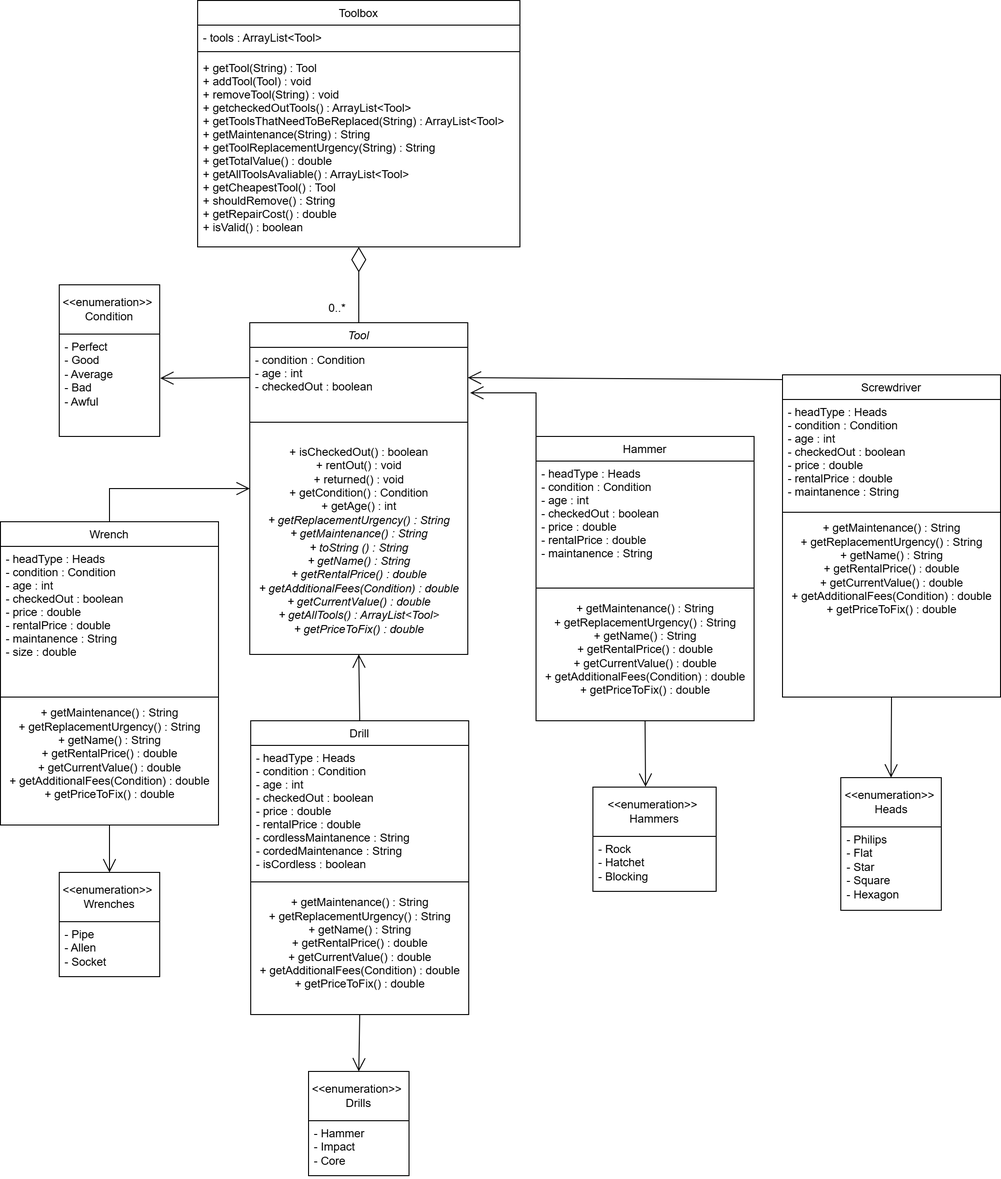
SACHSTech/2-14-oop-design-project-Preston-Wong keeps this draw.io diagram as src/Assignment/2-14-oop-design.drawio.png. Above is the earlier version. Source tidied: cells renumbered, new cells last; positions are measured from the earlier drawing's top-left corner, leaving out a move shared by most shapes.
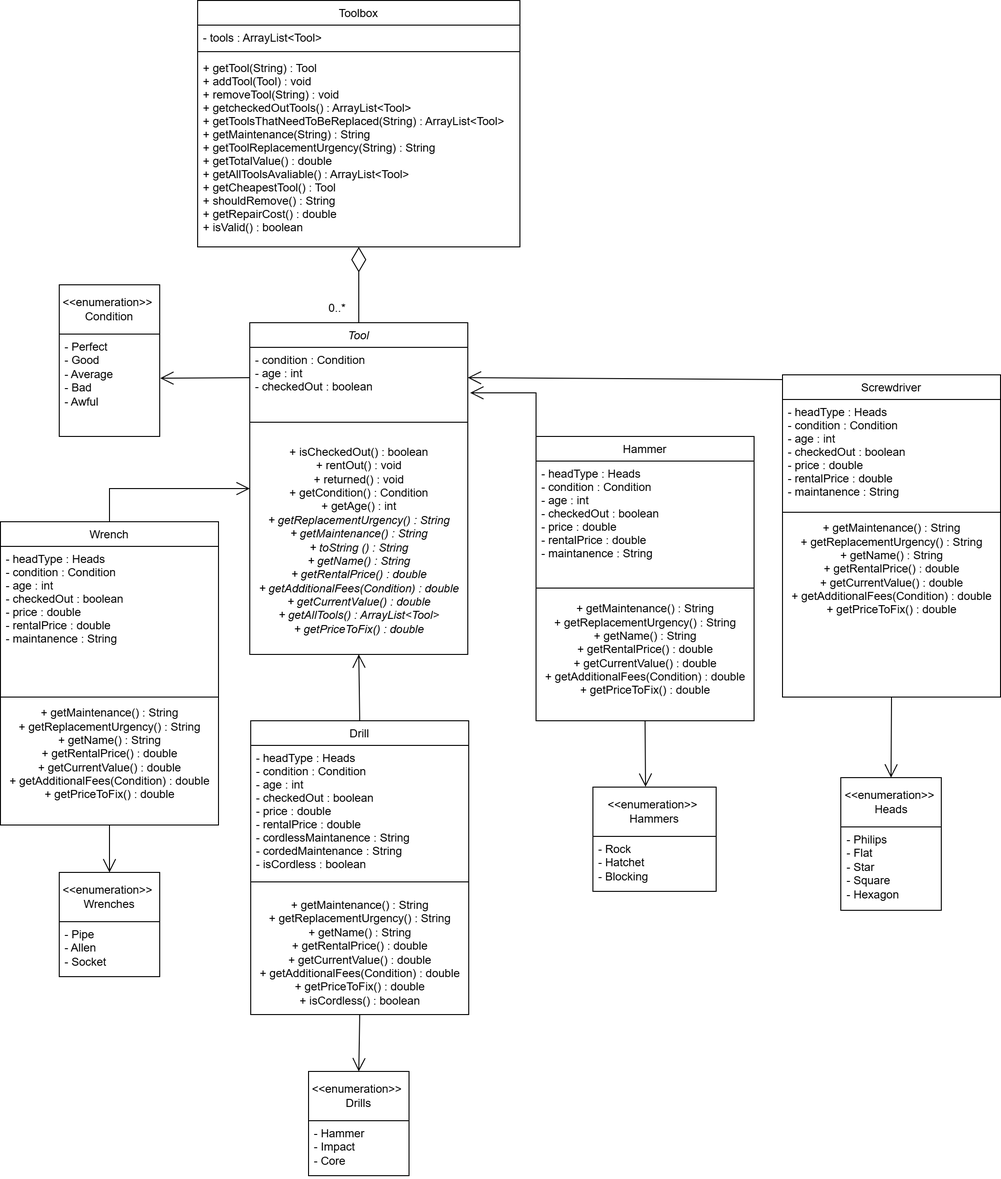
After the change.

The edit, as a diff of the source:
```diff
@@ -73,7 +73,7 @@
     <mxCell id="22" value="Wrench" style="swimlane;fontStyle=0;align=center;verticalAlign=top;horizontal=1;startSize=26;rounded=0;shadow=0;strokeWidth=1;" parent="1" vertex="1">
       <mxGeometry y="550" width="230" height="320" as="geometry" />
     </mxCell>
-    <mxCell id="23" value="- headType : Heads&#10;- condition : Condition&#10;- age : int&#10;- checkedOut : boolean&#10;- price : double&#10;- rentalPrice : double&#10;- maintanence : String&#10;- size : double" style="text;align=left;verticalAlign=top;spacingLeft=4;spacingRight=4;overflow=hidden;" parent="22" vertex="1">
+    <mxCell id="23" value="- headType : Heads&#10;- condition : Condition&#10;- age : int&#10;- checkedOut : boolean&#10;- price : double&#10;- rentalPrice : double&#10;- maintanence : String" style="text;align=left;verticalAlign=top;spacingLeft=4;spacingRight=4;overflow=hidden;" parent="22" vertex="1">
       <mxGeometry y="26" width="230" height="154" as="geometry" />
     </mxCell>
     <mxCell id="24" style="line;html=1;strokeWidth=1;align=left;verticalAlign=middle;spacingTop=-1;spacingLeft=3;spacingRight=3;labelPosition=right;" parent="22" vertex="1">
@@ -91,8 +91,8 @@
     <mxCell id="28" style="line;html=1;strokeWidth=1;align=left;verticalAlign=middle;spacingTop=-1;spacingLeft=3;spacingRight=3;labelPosition=right;" parent="26" vertex="1">
       <mxGeometry y="160" width="230" height="20" as="geometry" />
     </mxCell>
-    <mxCell id="29" value="&lt;div&gt;+ getMaintenance() : String&lt;br&gt;&lt;div&gt;+ getReplacementUrgency() : String&lt;/div&gt;&lt;/div&gt;&lt;div&gt;+ getName() : String&lt;/div&gt;&lt;div&gt;+ getRentalPrice() : double&lt;/div&gt;&lt;div&gt;+ getCurrentValue() : double&lt;/div&gt;&lt;div&gt;+ getAdditionalFees(Condition) : double&lt;/div&gt;&lt;div&gt;+ getPriceToFix() : double&lt;/div&gt;" style="text;html=1;align=center;verticalAlign=middle;strokeColor=none;fillColor=none;" parent="26" vertex="1">
-      <mxGeometry y="180" width="230" height="110" as="geometry" />
+    <mxCell id="29" value="&lt;div&gt;+ getMaintenance() : String&lt;br&gt;&lt;div&gt;+ getReplacementUrgency() : String&lt;/div&gt;&lt;/div&gt;&lt;div&gt;+ getName() : String&lt;/div&gt;&lt;div&gt;+ getRentalPrice() : double&lt;/div&gt;&lt;div&gt;+ getCurrentValue() : double&lt;/div&gt;&lt;div&gt;+ getAdditionalFees(Condition) : double&lt;/div&gt;&lt;div&gt;+ getPriceToFix() : double&lt;/div&gt;&lt;div&gt;+ isCordless() : boolean&lt;/div&gt;" style="text;html=1;align=center;verticalAlign=middle;strokeColor=none;fillColor=none;" parent="26" vertex="1">
+      <mxGeometry y="180" width="230" height="130" as="geometry" />
     </mxCell>
     <mxCell id="30" style="endArrow=open;endFill=1;endSize=12;html=1;rounded=0;entryX=0.5;entryY=1;entryDx=0;entryDy=0;exitX=0.5;exitY=0;exitDx=0;exitDy=0;" parent="1" edge="1" source="26" target="6">
       <mxGeometry relative="1" as="geometry" />
```
